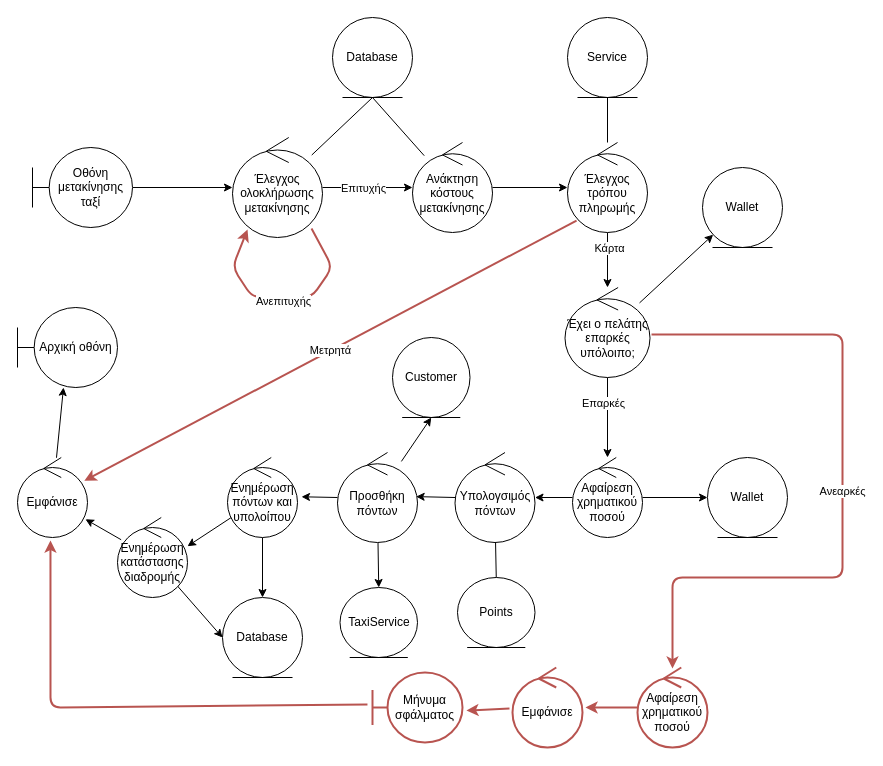
The draw.io diagram Part_4/Robustness/diagrams/11_Αποβίβαση_από_Ταξί.drawio in Nikolis2002/texnoligia_logismikou, before the edit. Source tidied: cells renumbered, new cells numbered last; positions are measured from the earlier drawing's top-left corner, leaving out a move shared by most shapes. Both pictures are drawn from the tidied source at 100%, with x=0, y=0 at pixel (17, 17).
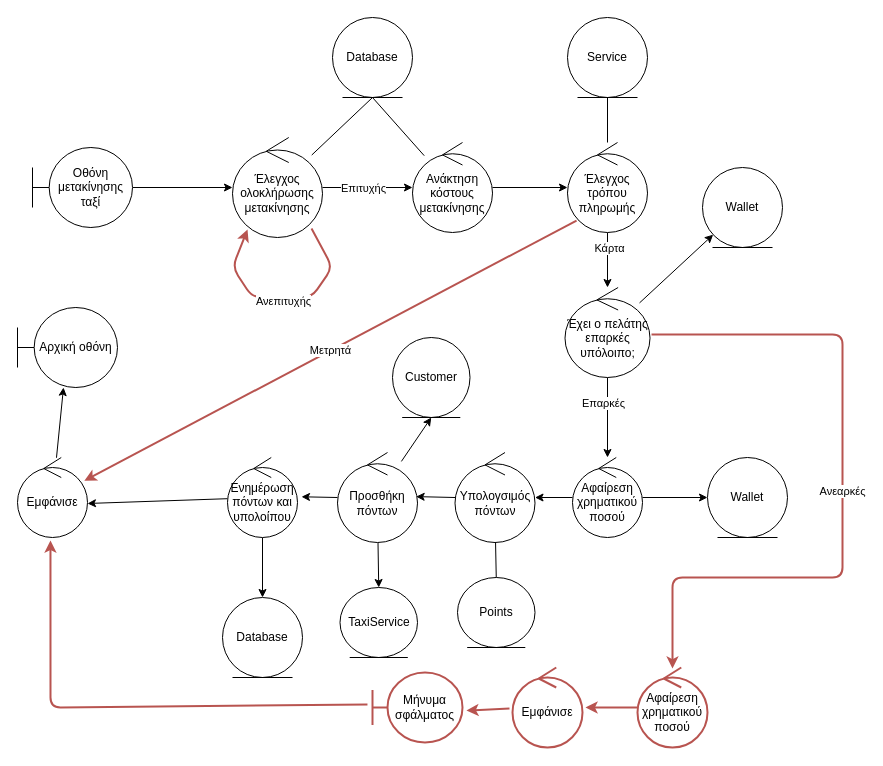
The same page after the edit.

The change refers to these unchanged cells:
```xml
<mxCell id="31" value="Ενημέρωση πόντων και υπολοίπου" style="ellipse;shape=umlControl;whiteSpace=wrap;html=1;" parent="1" vertex="1">
  <mxGeometry x="210" y="440" width="70" height="80" as="geometry" />
</mxCell>
<mxCell id="32" value="Database" style="ellipse;shape=umlEntity;whiteSpace=wrap;html=1;" parent="1" vertex="1">
  <mxGeometry x="205" y="580" width="80" height="80" as="geometry" />
</mxCell>
<mxCell id="34" value="Εμφάνισε" style="ellipse;shape=umlControl;whiteSpace=wrap;html=1;" parent="1" vertex="1">
  <mxGeometry y="440" width="70" height="80" as="geometry" />
</mxCell>
```

What changed in the source:
```diff
@@
-    <mxCell id="30" style="edgeStyle=none;html=1;entryX=1;entryY=0.359;entryDx=0;entryDy=0;entryPerimeter=0;" parent="1" edge="1" source="31" target="54">
-      <mxGeometry relative="1" as="geometry" />
-    </mxCell>
+    <mxCell id="56" style="edgeStyle=none;html=1;entryX=1;entryY=0.575;entryDx=0;entryDy=0;entryPerimeter=0;" parent="1" edge="1" source="31" target="34">
+      <mxGeometry relative="1" as="geometry" />
+    </mxCell>
@@
-    <mxCell id="52" style="edgeStyle=none;html=1;entryX=0;entryY=0.5;entryDx=0;entryDy=0;endArrow=classic;endFill=1;" parent="1" edge="1" source="54" target="32">
-      <mxGeometry relative="1" as="geometry" />
-    </mxCell>
-    <mxCell id="53" style="edgeStyle=none;html=1;entryX=0.971;entryY=0.772;entryDx=0;entryDy=0;entryPerimeter=0;endArrow=classic;endFill=1;" parent="1" edge="1" source="54" target="34">
-      <mxGeometry relative="1" as="geometry" />
-    </mxCell>
-    <mxCell id="54" value="Ενημέρωση κατάστασης διαδρομής" style="ellipse;shape=umlControl;whiteSpace=wrap;html=1;" parent="1" vertex="1">
-      <mxGeometry x="100" y="500" width="70" height="80" as="geometry" />
-    </mxCell>
```
